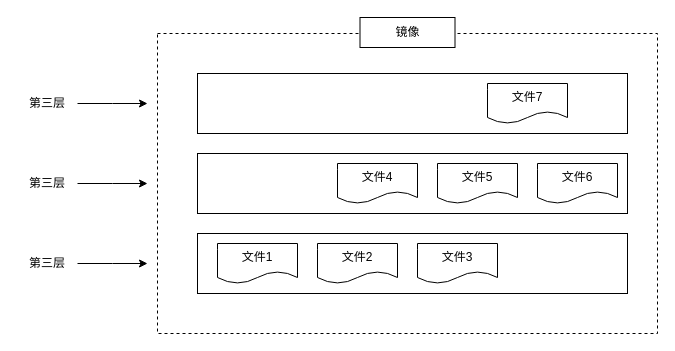
Earlier version of the draw.io diagram 镜像分层.drawio (Niujieheng/GitHub_Jul). Source tidied: cells renumbered, new cells numbered last; positions are measured from the earlier drawing's top-left corner, leaving out a move shared by most shapes. Both pictures are drawn from the tidied source at 100%, with x=0, y=0 at pixel (17, 17).
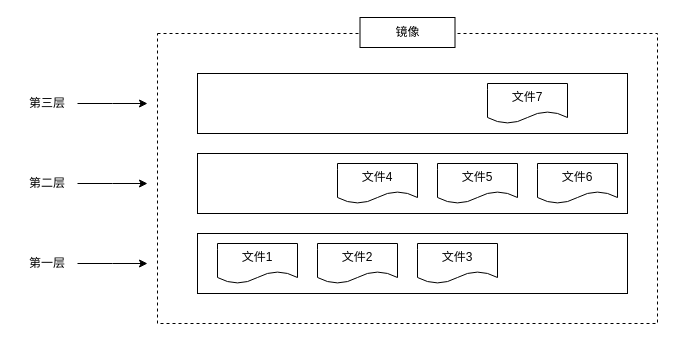
The same page after the edit.

Commit message (it also covers changes not shown here):
更新镜像分层.drawio

Change to the diagram source:
```diff
@@
     <mxCell id="2" style="rounded=0;whiteSpace=wrap;html=1;dashed=1;" parent="1" vertex="1">
-      <mxGeometry x="140" y="16" width="500" height="300" as="geometry" />
+      <mxGeometry x="140" y="16" width="500" height="290" as="geometry" />
     </mxCell>
@@
-    <mxCell id="17" value="第三层" style="text;html=1;strokeColor=none;fillColor=none;align=center;verticalAlign=middle;whiteSpace=wrap;rounded=0;" parent="1" vertex="1">
+    <mxCell id="17" value="第二层" style="text;html=1;strokeColor=none;fillColor=none;align=center;verticalAlign=middle;whiteSpace=wrap;rounded=0;" parent="1" vertex="1">
       <mxGeometry y="151" width="60" height="30" as="geometry" />
     </mxCell>
@@
-    <mxCell id="19" value="第三层" style="text;html=1;strokeColor=none;fillColor=none;align=center;verticalAlign=middle;whiteSpace=wrap;rounded=0;" parent="1" vertex="1">
+    <mxCell id="19" value="第一层" style="text;html=1;strokeColor=none;fillColor=none;align=center;verticalAlign=middle;whiteSpace=wrap;rounded=0;" parent="1" vertex="1">
       <mxGeometry y="231" width="60" height="30" as="geometry" />
     </mxCell>
```
